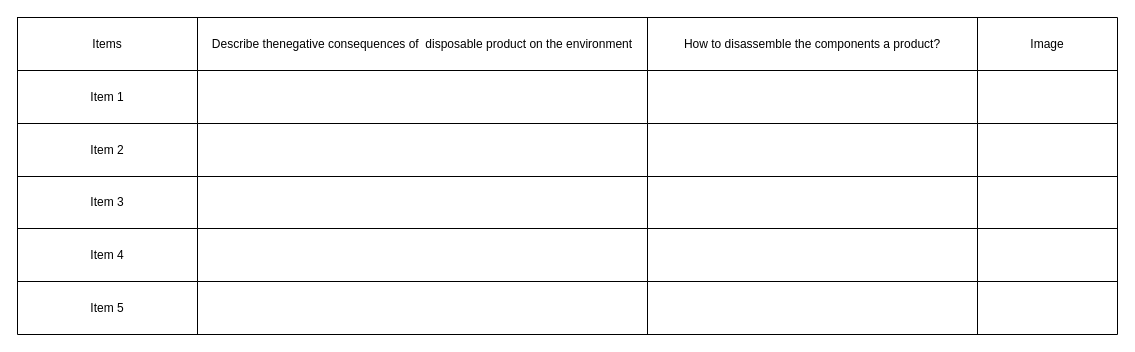
This is Environmental impact.drawio from amerezoji1362/drawio-github, a draw.io file, before an edit. Source tidied: cells renumbered, new cells numbered last; positions are measured from the earlier drawing's top-left corner, leaving out a move shared by most shapes. Both pictures are drawn from the tidied source at 100%, with x=0, y=0 at pixel (17, 17).
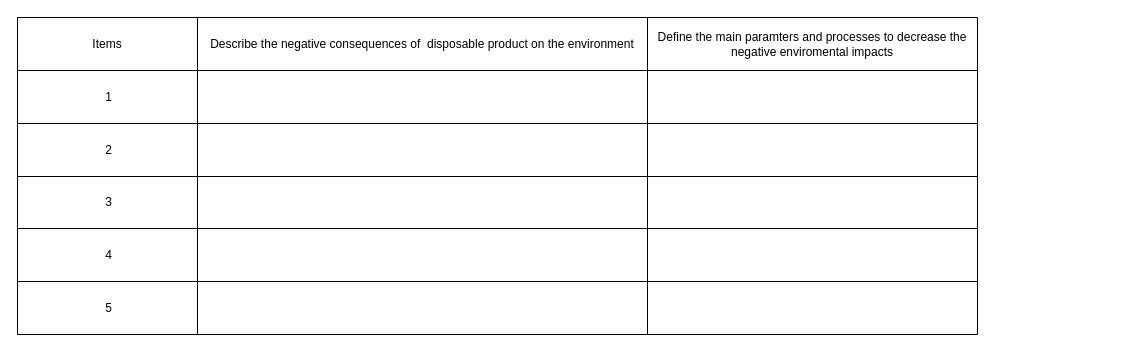
After the change.

What changed in the source:
```diff
@@
     <mxCell id="2" style="shape=table;startSize=0;childLayout=tableLayout;" parent="1" vertex="1">
-      <mxGeometry width="1100" height="317" as="geometry" />
+      <mxGeometry width="960" height="317" as="geometry" />
     </mxCell>
     <mxCell id="3" style="shape=partialRectangle;fillColor=none;top=0;left=0;bottom=0;right=0;" parent="2" vertex="1">
-      <mxGeometry width="1100" height="53" as="geometry" />
+      <mxGeometry width="960" height="53" as="geometry" />
     </mxCell>
@@
-    <mxCell id="5" value="Describe thenegative consequences of&amp;nbsp; disposable product on the environment " style="shape=partialRectangle;html=1;whiteSpace=wrap;overflow=hidden;fillColor=none;top=0;left=0;bottom=0;right=0;" parent="3" vertex="1">
+    <mxCell id="5" value="Describe the negative consequences of&amp;nbsp; disposable product on the environment " style="shape=partialRectangle;html=1;whiteSpace=wrap;overflow=hidden;fillColor=none;top=0;left=0;bottom=0;right=0;" parent="3" vertex="1">
       <mxGeometry x="180" width="450" height="53" as="geometry" />
     </mxCell>
-    <mxCell id="6" value="How to disassemble the components a product?" style="shape=partialRectangle;html=1;whiteSpace=wrap;overflow=hidden;fillColor=none;top=0;left=0;bottom=0;right=0;" parent="3" vertex="1">
+    <mxCell id="6" value="Define the main paramters and processes to decrease the negative enviromental impacts" style="shape=partialRectangle;html=1;whiteSpace=wrap;overflow=hidden;fillColor=none;top=0;left=0;bottom=0;right=0;" parent="3" vertex="1">
       <mxGeometry x="630" width="330" height="53" as="geometry" />
     </mxCell>
-    <mxCell id="7" value="Image" style="shape=partialRectangle;html=1;whiteSpace=wrap;overflow=hidden;fillColor=none;top=0;left=0;bottom=0;right=0;" parent="3" vertex="1">
-      <mxGeometry x="960" width="140" height="53" as="geometry" />
-    </mxCell>
     <mxCell id="8" style="shape=partialRectangle;fillColor=none;top=0;left=0;bottom=0;right=0;" parent="2" vertex="1">
-      <mxGeometry y="53" width="1100" height="53" as="geometry" />
+      <mxGeometry y="53" width="960" height="53" as="geometry" />
     </mxCell>
-    <mxCell id="9" value="Item 1" style="shape=partialRectangle;html=1;whiteSpace=wrap;overflow=hidden;fillColor=none;top=0;left=0;bottom=0;right=0;" parent="8" vertex="1">
+    <mxCell id="9" value="&amp;nbsp;1" style="shape=partialRectangle;html=1;whiteSpace=wrap;overflow=hidden;fillColor=none;top=0;left=0;bottom=0;right=0;" parent="8" vertex="1">
       <mxGeometry width="180" height="53" as="geometry" />
     </mxCell>
@@
-    <mxCell id="12" style="shape=partialRectangle;html=1;whiteSpace=wrap;overflow=hidden;fillColor=none;top=0;left=0;bottom=0;right=0;" parent="8" vertex="1">
-      <mxGeometry x="960" width="140" height="53" as="geometry" />
-    </mxCell>
     <mxCell id="13" style="shape=partialRectangle;fillColor=none;top=0;left=0;bottom=0;right=0;" parent="2" vertex="1">
-      <mxGeometry y="106" width="1100" height="53" as="geometry" />
+      <mxGeometry y="106" width="960" height="53" as="geometry" />
     </mxCell>
-    <mxCell id="14" value="Item 2" style="shape=partialRectangle;html=1;whiteSpace=wrap;overflow=hidden;fillColor=none;top=0;left=0;bottom=0;right=0;" parent="13" vertex="1">
+    <mxCell id="14" value="&amp;nbsp;2" style="shape=partialRectangle;html=1;whiteSpace=wrap;overflow=hidden;fillColor=none;top=0;left=0;bottom=0;right=0;" parent="13" vertex="1">
       <mxGeometry width="180" height="53" as="geometry" />
     </mxCell>
@@
-    <mxCell id="17" style="shape=partialRectangle;html=1;whiteSpace=wrap;overflow=hidden;fillColor=none;top=0;left=0;bottom=0;right=0;" parent="13" vertex="1">
-      <mxGeometry x="960" width="140" height="53" as="geometry" />
-    </mxCell>
     <mxCell id="18" style="shape=partialRectangle;fillColor=none;top=0;left=0;bottom=0;right=0;" parent="2" vertex="1">
-      <mxGeometry y="159" width="1100" height="52" as="geometry" />
+      <mxGeometry y="159" width="960" height="52" as="geometry" />
     </mxCell>
-    <mxCell id="19" value="Item 3" style="shape=partialRectangle;html=1;whiteSpace=wrap;overflow=hidden;fillColor=none;top=0;left=0;bottom=0;right=0;" parent="18" vertex="1">
+    <mxCell id="19" value="&amp;nbsp;3" style="shape=partialRectangle;html=1;whiteSpace=wrap;overflow=hidden;fillColor=none;top=0;left=0;bottom=0;right=0;" parent="18" vertex="1">
       <mxGeometry width="180" height="52" as="geometry" />
     </mxCell>
@@
-    <mxCell id="22" style="shape=partialRectangle;html=1;whiteSpace=wrap;overflow=hidden;fillColor=none;top=0;left=0;bottom=0;right=0;" parent="18" vertex="1">
-      <mxGeometry x="960" width="140" height="52" as="geometry" />
-    </mxCell>
     <mxCell id="23" style="shape=partialRectangle;fillColor=none;top=0;left=0;bottom=0;right=0;" parent="2" vertex="1">
-      <mxGeometry y="211" width="1100" height="53" as="geometry" />
+      <mxGeometry y="211" width="960" height="53" as="geometry" />
     </mxCell>
-    <mxCell id="24" value="Item 4" style="shape=partialRectangle;html=1;whiteSpace=wrap;overflow=hidden;fillColor=none;top=0;left=0;bottom=0;right=0;" parent="23" vertex="1">
+    <mxCell id="24" value="&amp;nbsp;4" style="shape=partialRectangle;html=1;whiteSpace=wrap;overflow=hidden;fillColor=none;top=0;left=0;bottom=0;right=0;" parent="23" vertex="1">
       <mxGeometry width="180" height="53" as="geometry" />
     </mxCell>
@@
-    <mxCell id="27" style="shape=partialRectangle;html=1;whiteSpace=wrap;overflow=hidden;fillColor=none;top=0;left=0;bottom=0;right=0;" parent="23" vertex="1">
-      <mxGeometry x="960" width="140" height="53" as="geometry" />
-    </mxCell>
     <mxCell id="28" style="shape=partialRectangle;fillColor=none;top=0;left=0;bottom=0;right=0;" parent="2" vertex="1">
-      <mxGeometry y="264" width="1100" height="53" as="geometry" />
+      <mxGeometry y="264" width="960" height="53" as="geometry" />
     </mxCell>
-    <mxCell id="29" value="Item 5" style="shape=partialRectangle;html=1;whiteSpace=wrap;overflow=hidden;fillColor=none;top=0;left=0;bottom=0;right=0;" parent="28" vertex="1">
+    <mxCell id="29" value="&amp;nbsp;5" style="shape=partialRectangle;html=1;whiteSpace=wrap;overflow=hidden;fillColor=none;top=0;left=0;bottom=0;right=0;" parent="28" vertex="1">
       <mxGeometry width="180" height="53" as="geometry" />
     </mxCell>
@@
-    <mxCell id="32" style="shape=partialRectangle;html=1;whiteSpace=wrap;overflow=hidden;fillColor=none;top=0;left=0;bottom=0;right=0;" parent="28" vertex="1">
-      <mxGeometry x="960" width="140" height="53" as="geometry" />
-    </mxCell>
```
